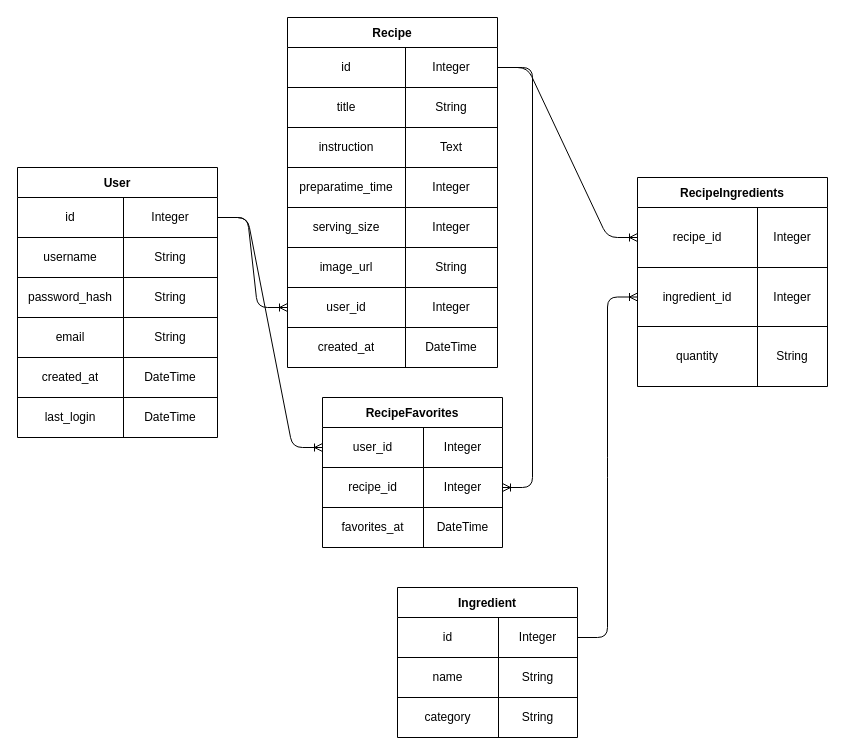
Before: planning/database-schema.drawio in christopherthai/chefmate-ai, a draw.io diagram. Source tidied: cells renumbered, new cells numbered last; positions are measured from the earlier drawing's top-left corner, leaving out a move shared by most shapes. Both pictures are drawn from the tidied source at 100%, with x=0, y=0 at pixel (17, 17).
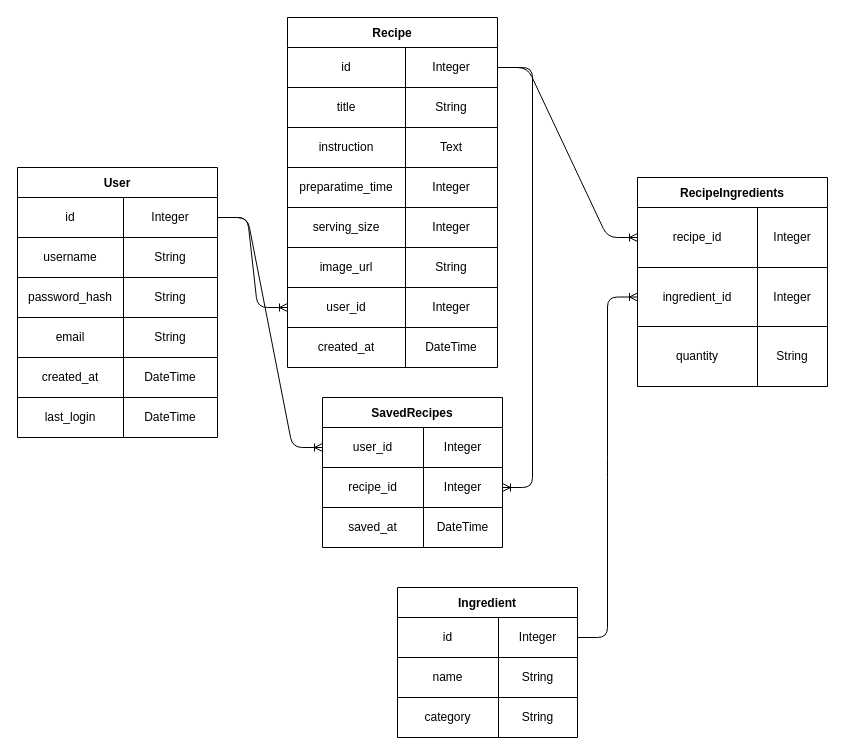
After the change.

Unchanged cells that the change refers to:
```xml
<mxCell id="76" style="shape=tableRow;horizontal=0;startSize=0;swimlaneHead=0;swimlaneBody=0;top=0;left=0;bottom=0;right=0;fillColor=none;" parent="69" vertex="1">
  <mxGeometry y="110" width="180" height="40" as="geometry" />
</mxCell>
```

What changed in the source:
```diff
@@
-    <mxCell id="69" value="RecipeFavorites" style="shape=table;startSize=30;childLayout=tableLayout;fontStyle=1;align=center;" parent="1" vertex="1">
+    <mxCell id="69" value="SavedRecipes" style="shape=table;startSize=30;childLayout=tableLayout;fontStyle=1;align=center;" parent="1" vertex="1">
       <mxGeometry x="305" y="380" width="180" height="150" as="geometry" />
     </mxCell>
@@
-    <mxCell id="77" value="favorites_at" style="shape=partialRectangle;html=1;whiteSpace=wrap;fillColor=none;top=0;left=0;bottom=0;right=0;overflow=hidden;" parent="76" vertex="1">
+    <mxCell id="77" value="saved_at" style="shape=partialRectangle;html=1;whiteSpace=wrap;fillColor=none;top=0;left=0;bottom=0;right=0;overflow=hidden;" parent="76" vertex="1">
       <mxGeometry width="101" height="40" as="geometry" />
     </mxCell>
```
